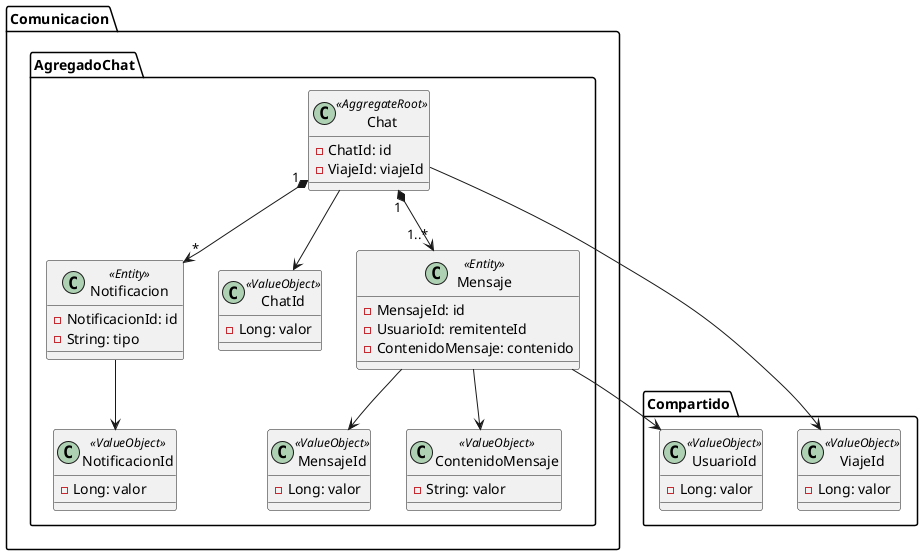
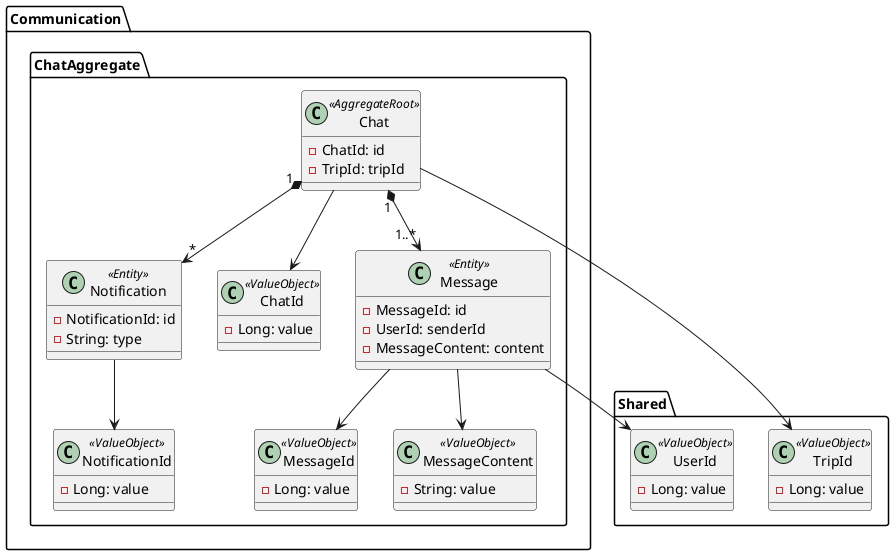
@startuml ""

- package Comunicacion {
+ package Communication {

-     package AgregadoChat {
+     package ChatAggregate {

        class Chat <<AggregateRoot>> {
            - ChatId: id
-             - ViajeId: viajeId
+             - TripId: tripId
        }

        class ChatId <<ValueObject>> {
-             - Long: valor
+             - Long: value
        }

-         class Mensaje <<Entity>> {
-             - MensajeId: id
-             - UsuarioId: remitenteId
-             - ContenidoMensaje: contenido
+         class Message <<Entity>> {
+             - MessageId: id
+             - UserId: senderId
+             - MessageContent: content
        }

-         class MensajeId <<ValueObject>> {
-             - Long: valor
+         class MessageId <<ValueObject>> {
+             - Long: value
        }

-         class ContenidoMensaje <<ValueObject>> {
-             - String: valor
+         class MessageContent <<ValueObject>> {
+             - String: value
        }

-         class Notificacion <<Entity>> {
-             - NotificacionId: id
-             - String: tipo
+         class Notification <<Entity>> {
+             - NotificationId: id
+             - String: type
        }

-         class NotificacionId <<ValueObject>> {
-             - Long: valor
+         class NotificationId <<ValueObject>> {
+             - Long: value
        }
    }
}

- package Compartido {
+ package Shared {

-     class UsuarioId <<ValueObject>> {
-         - Long: valor
+     class UserId <<ValueObject>> {
+         - Long: value
    }

-     class ViajeId <<ValueObject>> {
-         - Long: valor
+     class TripId <<ValueObject>> {
+         - Long: value
    }

}

Chat --> ChatId
- Chat --> ViajeId
+ Chat --> TripId

- Chat "1" *--> "1..*" Mensaje
- Chat "1" *--> "*" Notificacion
+ Chat "1" *--> "1..*" Message
+ Chat "1" *--> "*" Notification

- Mensaje --> MensajeId
- Mensaje --> ContenidoMensaje
- Mensaje --> UsuarioId
+ Message --> MessageId
+ Message --> MessageContent
+ Message --> UserId

- Notificacion --> NotificacionId
+ Notification --> NotificationId

@enduml